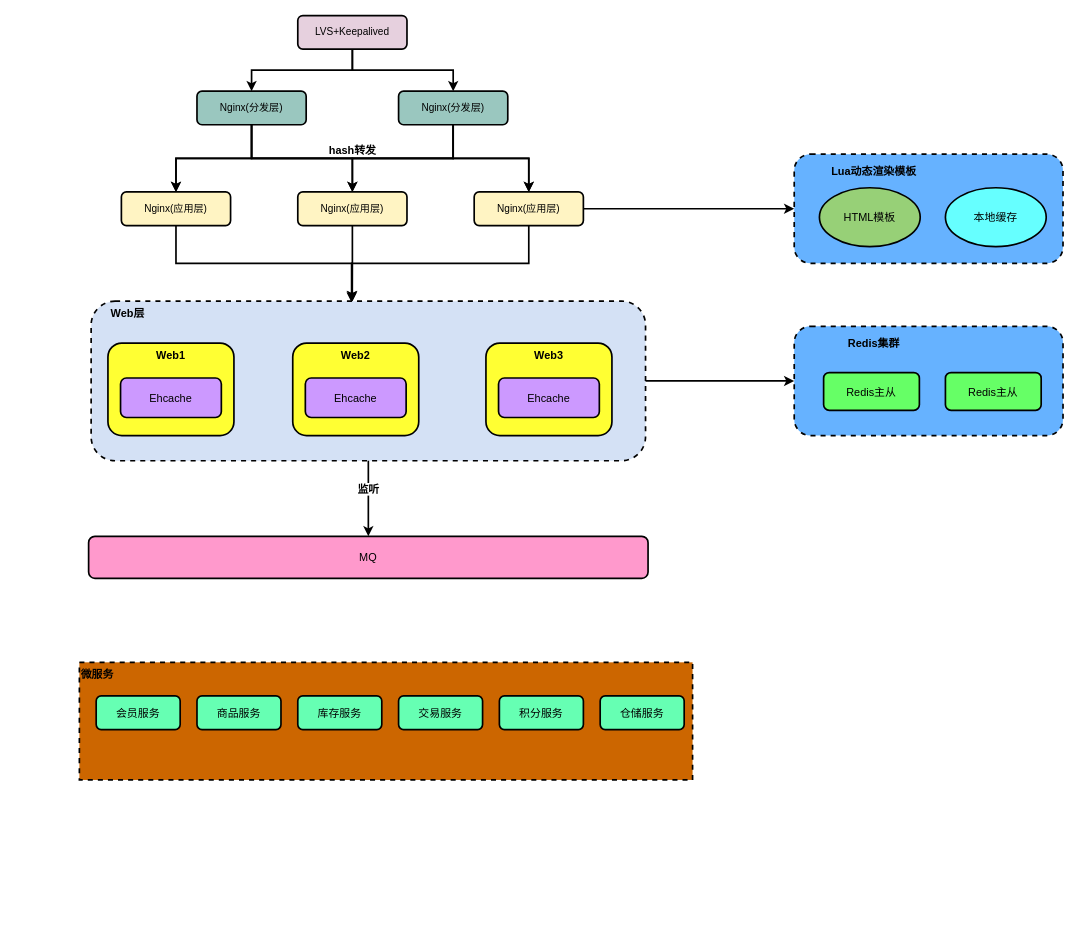
LiHuiBin1995/study-java keeps this draw.io diagram as 网站架构图.drawio. Above is the earlier version. Source tidied: cells renumbered, new cells numbered last; positions are measured from the earlier drawing's top-left corner, leaving out a move shared by most shapes. Both pictures are drawn from the tidied source at 84%, with x=0, y=0 at pixel (79, 15). Pictures stored in the file or linked from it are replaced by grey dashed boxes.
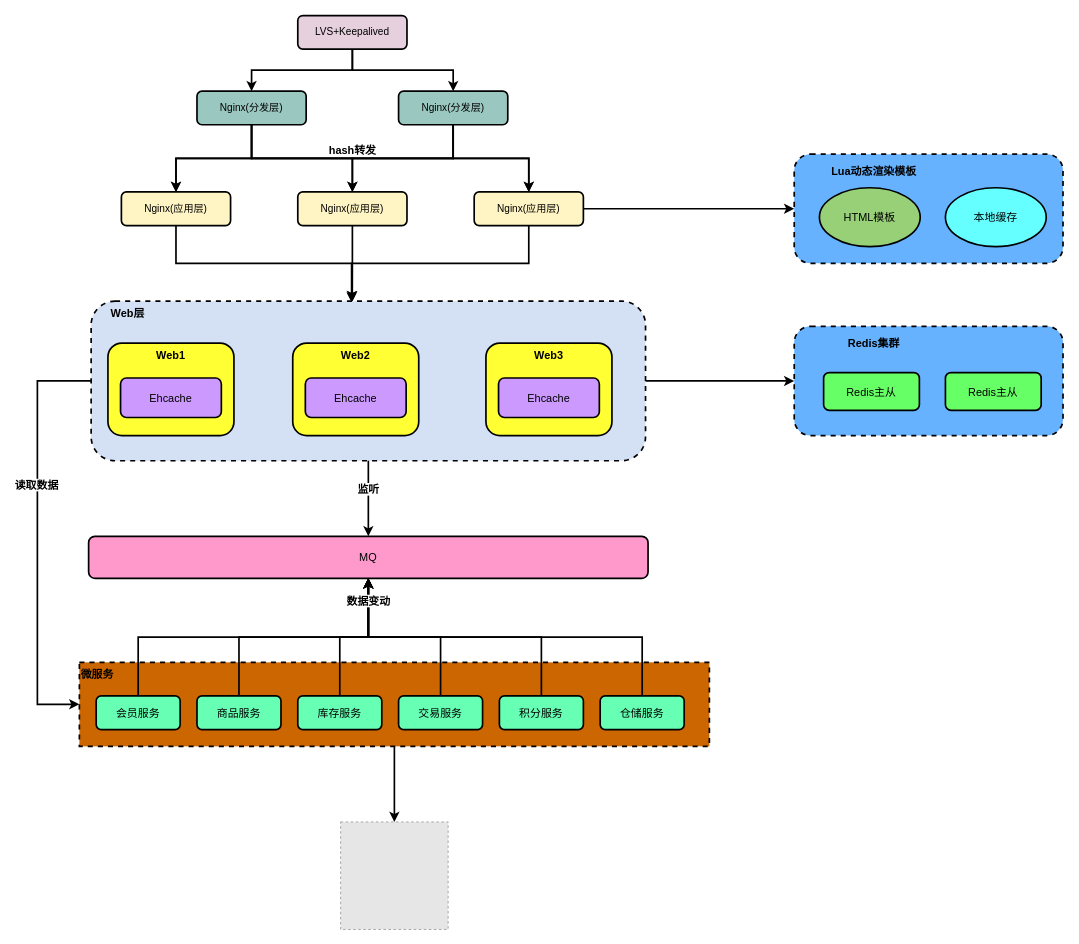
After the change.

Commit message:
更新网站架构图.drawio

Unchanged cells that the change refers to:
```xml
<mxCell id="27" value="&amp;nbsp; &amp;nbsp; &amp;nbsp; Web层" style="rounded=1;whiteSpace=wrap;html=1;fontSize=13;strokeWidth=2;fillColor=#D4E1F5;dashed=1;verticalAlign=top;align=left;fontStyle=1;" parent="26" vertex="1">
  <mxGeometry width="660" height="190" as="geometry" />
</mxCell>
<mxCell id="43" value="MQ" style="rounded=1;whiteSpace=wrap;html=1;fontSize=13;strokeWidth=2;fillColor=#FF99CC;align=center;verticalAlign=middle;" parent="1" vertex="1">
  <mxGeometry x="11" y="620" width="666" height="50" as="geometry" />
</mxCell>
<mxCell id="47" value="会员服务" style="rounded=1;whiteSpace=wrap;html=1;fontSize=13;strokeWidth=2;fillColor=#66FFB3;align=center;verticalAlign=middle;" parent="1" vertex="1">
  <mxGeometry x="20" y="810" width="100" height="40" as="geometry" />
</mxCell>
<mxCell id="48" value="商品服务" style="rounded=1;whiteSpace=wrap;html=1;fontSize=13;strokeWidth=2;fillColor=#66FFB3;align=center;verticalAlign=middle;" parent="1" vertex="1">
  <mxGeometry x="140" y="810" width="100" height="40" as="geometry" />
</mxCell>
<mxCell id="49" value="库存服务" style="rounded=1;whiteSpace=wrap;html=1;fontSize=13;strokeWidth=2;fillColor=#66FFB3;align=center;verticalAlign=middle;" parent="1" vertex="1">
  <mxGeometry x="260" y="810" width="100" height="40" as="geometry" />
</mxCell>
<mxCell id="50" value="交易服务" style="rounded=1;whiteSpace=wrap;html=1;fontSize=13;strokeWidth=2;fillColor=#66FFB3;align=center;verticalAlign=middle;" parent="1" vertex="1">
  <mxGeometry x="380" y="810" width="100" height="40" as="geometry" />
</mxCell>
<mxCell id="51" value="积分服务" style="rounded=1;whiteSpace=wrap;html=1;fontSize=13;strokeWidth=2;fillColor=#66FFB3;align=center;verticalAlign=middle;" parent="1" vertex="1">
  <mxGeometry x="500" y="810" width="100" height="40" as="geometry" />
</mxCell>
<mxCell id="52" value="仓储服务" style="rounded=1;whiteSpace=wrap;html=1;fontSize=13;strokeWidth=2;fillColor=#66FFB3;align=center;verticalAlign=middle;" parent="1" vertex="1">
  <mxGeometry x="620" y="810" width="100" height="40" as="geometry" />
</mxCell>
```

The edit, as a diff of the source:
```diff
@@
+    <mxCell id="53" style="edgeStyle=orthogonalEdgeStyle;rounded=0;jettySize=auto;html=1;exitX=0.5;exitY=1;exitDx=0;exitDy=0;fontSize=13;strokeWidth=2;" parent="1" edge="1" source="46" target="61">
+      <mxGeometry relative="1" as="geometry" />
+    </mxCell>
     <mxCell id="46" value="微服务" style="rounded=0;whiteSpace=wrap;html=1;fontSize=13;strokeWidth=2;fillColor=#CC6600;align=left;verticalAlign=top;dashed=1;fontStyle=1;" parent="1" vertex="1">
-      <mxGeometry y="770" width="730" height="140" as="geometry" />
+      <mxGeometry y="770" width="750" height="100" as="geometry" />
     </mxCell>
+    <mxCell id="54" style="edgeStyle=orthogonalEdgeStyle;rounded=0;jettySize=auto;html=1;exitX=0.5;exitY=0;exitDx=0;exitDy=0;entryX=0.5;entryY=1;entryDx=0;entryDy=0;fontSize=13;strokeWidth=2;" parent="1" edge="1" source="47" target="43">
+      <mxGeometry relative="1" as="geometry" />
+    </mxCell>
@@
+    <mxCell id="55" style="edgeStyle=orthogonalEdgeStyle;rounded=0;jettySize=auto;html=1;exitX=0.5;exitY=0;exitDx=0;exitDy=0;fontSize=13;strokeWidth=2;" parent="1" edge="1" source="48" target="43">
+      <mxGeometry relative="1" as="geometry" />
+    </mxCell>
@@
+    <mxCell id="56" style="edgeStyle=orthogonalEdgeStyle;rounded=0;jettySize=auto;html=1;exitX=0.5;exitY=0;exitDx=0;exitDy=0;entryX=0.5;entryY=1;entryDx=0;entryDy=0;fontSize=13;strokeWidth=2;" parent="1" edge="1" source="49" target="43">
+      <mxGeometry relative="1" as="geometry" />
+    </mxCell>
@@
+    <mxCell id="57" style="edgeStyle=orthogonalEdgeStyle;rounded=0;jettySize=auto;html=1;exitX=0.5;exitY=0;exitDx=0;exitDy=0;fontSize=13;strokeWidth=2;" parent="1" edge="1" source="50" target="43">
+      <mxGeometry relative="1" as="geometry" />
+    </mxCell>
@@
+    <mxCell id="58" style="edgeStyle=orthogonalEdgeStyle;rounded=0;jettySize=auto;html=1;exitX=0.5;exitY=0;exitDx=0;exitDy=0;fontSize=13;strokeWidth=2;" parent="1" edge="1" source="51" target="43">
+      <mxGeometry relative="1" as="geometry" />
+    </mxCell>
@@
+    <mxCell id="59" style="edgeStyle=orthogonalEdgeStyle;rounded=0;jettySize=auto;html=1;exitX=0.5;exitY=0;exitDx=0;exitDy=0;fontSize=13;strokeWidth=2;" parent="1" edge="1" source="52" target="43">
+      <mxGeometry relative="1" as="geometry" />
+    </mxCell>
+    <mxCell id="60" value="数据变动" style="edgeLabel;html=1;align=center;verticalAlign=middle;fontSize=13;fontStyle=1;" parent="59" vertex="1">
+      <mxGeometry x="0.89" y="1" relative="1" as="geometry" />
+    </mxCell>
@@
+    <mxCell id="61" style="fillColor=#E6E6E6;strokeColor=#999999;dashed=1;html=1;verticalAlign=top;verticalLabelPosition=bottom;labelBackgroundColor=#ffffff;fontSize=13;" parent="1" vertex="1">
+      <mxGeometry x="311" y="960" width="128" height="128" as="geometry" />
+    </mxCell>
+    <mxCell id="62" style="edgeStyle=orthogonalEdgeStyle;rounded=0;jettySize=auto;html=1;exitX=0;exitY=0.5;exitDx=0;exitDy=0;entryX=0;entryY=0.5;entryDx=0;entryDy=0;fontSize=13;strokeWidth=2;" parent="1" edge="1" source="27" target="46">
+      <mxGeometry relative="1" as="geometry">
+        <Array as="points">
+          <mxPoint x="-50" y="435" />
+          <mxPoint x="-50" y="820" />
+        </Array>
+      </mxGeometry>
+    </mxCell>
+    <mxCell id="63" value="读取数据" style="edgeLabel;html=1;align=center;verticalAlign=middle;fontSize=13;fontStyle=1;" parent="62" vertex="1">
+      <mxGeometry x="-0.25" y="-2" relative="1" as="geometry" />
+    </mxCell>
```
